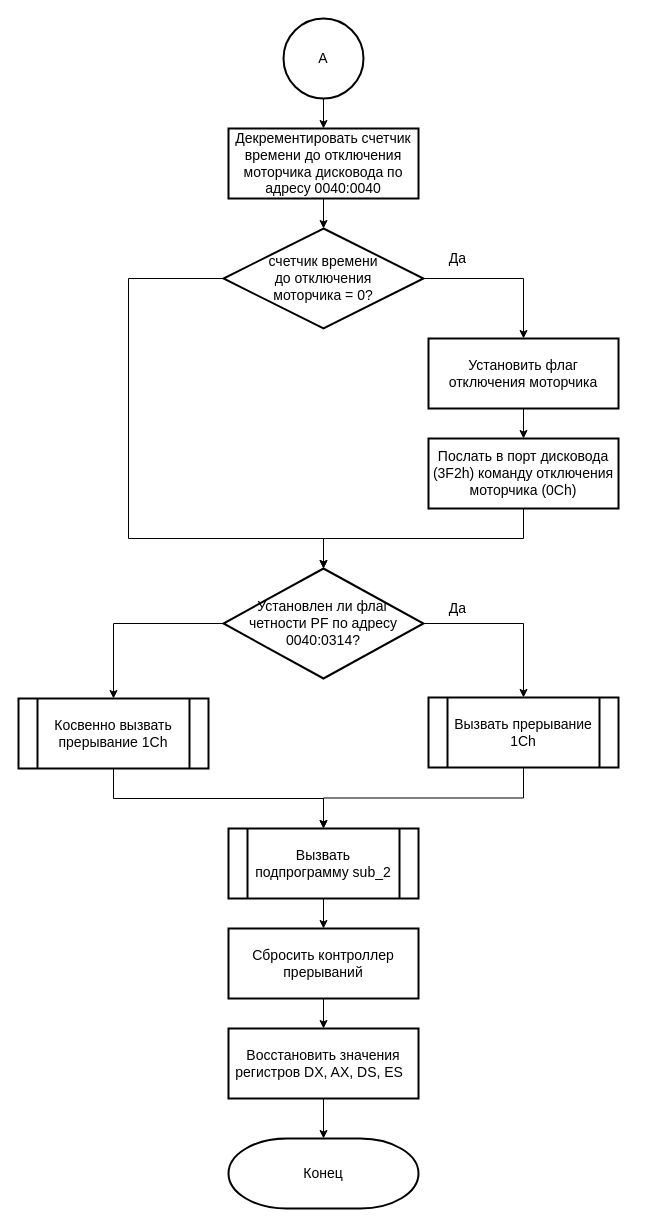
alena-zayts/BMSTU_5sem_operating_systems keeps this draw.io diagram as page "Страница 2" (2 of 3) of lab1_1/выполнение/int8.drawio. Above is the earlier version. Source tidied: cells renumbered, new cells numbered last; positions are measured from the earlier drawing's top-left corner, leaving out a move shared by most shapes. Both pictures are drawn from the tidied source at 100%, with x=0, y=0 at pixel (18, 18).
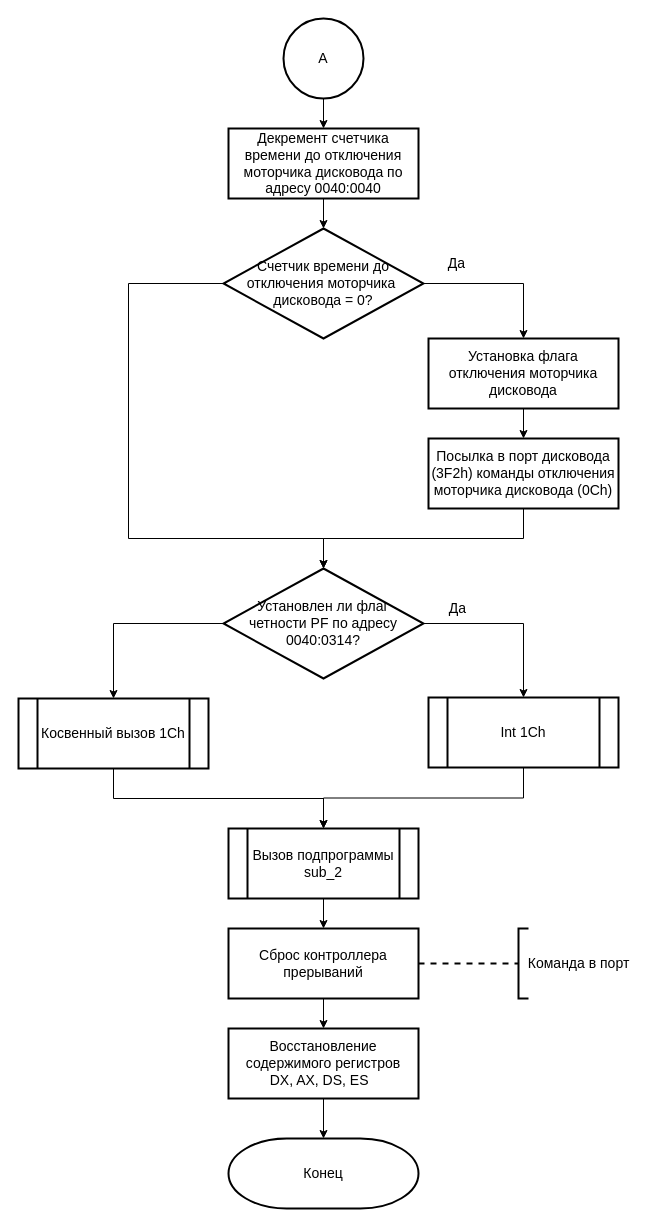
Above is the later version.

The change refers to these unchanged cells:
```xml
<mxCell id="11" value="Установлен ли флаг &lt;br&gt;четности PF по адресу 0040:0314?" style="rhombus;whiteSpace=wrap;html=1;strokeWidth=2;fontSize=14;" parent="1" vertex="1">
  <mxGeometry x="205" y="550" width="200" height="110" as="geometry" />
</mxCell>
```

What changed in the source:
```diff
@@
     <mxCell id="3" style="edgeStyle=orthogonalEdgeStyle;rounded=0;jettySize=auto;html=1;exitX=0;exitY=0.5;exitDx=0;exitDy=0;endArrow=classic;endFill=1;fontSize=14;" parent="1" edge="1" source="4" target="11">
       <mxGeometry relative="1" as="geometry">
         <Array as="points">
-          <mxPoint x="110" y="260" />
+          <mxPoint x="110" y="265" />
           <mxPoint x="110" y="520" />
           <mxPoint x="305" y="520" />
         </Array>
       </mxGeometry>
     </mxCell>
-    <mxCell id="4" value="счетчик времени &lt;br&gt;до отключения &lt;br&gt;моторчика = 0?" style="rhombus;whiteSpace=wrap;html=1;strokeWidth=2;fontSize=14;" parent="1" vertex="1">
-      <mxGeometry x="205" y="210" width="200" height="100" as="geometry" />
+    <mxCell id="4" value="Счетчик времени до отключения моторчика&amp;nbsp;&lt;br&gt;дисковода = 0?" style="rhombus;whiteSpace=wrap;html=1;strokeWidth=2;fontSize=14;" parent="1" vertex="1">
+      <mxGeometry x="205" y="210" width="200" height="110" as="geometry" />
     </mxCell>
@@
-    <mxCell id="6" value="Установить флаг отключения моторчика" style="rounded=0;whiteSpace=wrap;html=1;strokeWidth=2;fontSize=14;" parent="1" vertex="1">
+    <mxCell id="6" value="Установка флага отключения моторчика дисковода" style="rounded=0;whiteSpace=wrap;html=1;strokeWidth=2;fontSize=14;" parent="1" vertex="1">
       <mxGeometry x="410" y="320" width="190" height="70" as="geometry" />
     </mxCell>
@@
-    <mxCell id="8" value="Послать в порт дисковода (3F2h) команду отключения моторчика (0Сh)" style="rounded=0;whiteSpace=wrap;html=1;strokeWidth=2;fontSize=14;" parent="1" vertex="1">
+    <mxCell id="8" value="Посылка в порт дисковода (3F2h) команды отключения моторчика дисковода (0Сh)" style="rounded=0;whiteSpace=wrap;html=1;strokeWidth=2;fontSize=14;" parent="1" vertex="1">
       <mxGeometry x="410" y="420" width="190" height="70" as="geometry" />
     </mxCell>
@@
-    <mxCell id="13" value="Вызвать прерывание 1Ch" style="shape=process;whiteSpace=wrap;html=1;backgroundOutline=1;strokeWidth=2;fontSize=14;" parent="1" vertex="1">
+    <mxCell id="13" value="Int 1Ch" style="shape=process;whiteSpace=wrap;html=1;backgroundOutline=1;strokeWidth=2;fontSize=14;" parent="1" vertex="1">
       <mxGeometry x="410" y="679" width="190" height="70" as="geometry" />
     </mxCell>
@@
-    <mxCell id="15" value="Косвенно вызвать прерывание 1Ch" style="shape=process;whiteSpace=wrap;html=1;backgroundOutline=1;strokeWidth=2;fontSize=14;" parent="1" vertex="1">
+    <mxCell id="15" value="Косвенный вызов 1Ch" style="shape=process;whiteSpace=wrap;html=1;backgroundOutline=1;strokeWidth=2;fontSize=14;" parent="1" vertex="1">
       <mxGeometry y="680" width="190" height="70" as="geometry" />
     </mxCell>
@@
-    <mxCell id="17" value="Вызвать подпрограмму sub_2" style="shape=process;whiteSpace=wrap;html=1;backgroundOutline=1;strokeWidth=2;fontSize=14;" parent="1" vertex="1">
+    <mxCell id="17" value="Вызов подпрограммы sub_2" style="shape=process;whiteSpace=wrap;html=1;backgroundOutline=1;strokeWidth=2;fontSize=14;" parent="1" vertex="1">
       <mxGeometry x="210" y="810" width="190" height="70" as="geometry" />
     </mxCell>
@@
-    <mxCell id="19" value="Сбросить контроллер прерываний" style="rounded=0;whiteSpace=wrap;html=1;strokeWidth=2;fontSize=14;" parent="1" vertex="1">
+    <mxCell id="19" value="Сброс контроллера прерываний" style="rounded=0;whiteSpace=wrap;html=1;strokeWidth=2;fontSize=14;" parent="1" vertex="1">
       <mxGeometry x="210" y="910" width="190" height="70" as="geometry" />
     </mxCell>
@@
-    <mxCell id="21" value="Восстановить значения регистров DX, AX, DS, ES &amp;nbsp;" style="rounded=0;whiteSpace=wrap;html=1;strokeWidth=2;fontSize=14;" parent="1" vertex="1">
+    <mxCell id="21" value="Восстановление содержимого регистров &lt;br&gt;DX, AX, DS, ES &amp;nbsp;" style="rounded=0;whiteSpace=wrap;html=1;strokeWidth=2;fontSize=14;" parent="1" vertex="1">
       <mxGeometry x="210" y="1010" width="190" height="70" as="geometry" />
     </mxCell>
@@
-    <mxCell id="24" value="Декрементировать счетчик времени до отключения моторчика дисковода по адресу 0040:0040" style="rounded=0;whiteSpace=wrap;html=1;strokeWidth=2;fontSize=14;" parent="1" vertex="1">
+    <mxCell id="24" value="Декремент счетчика времени до отключения моторчика дисковода по адресу 0040:0040" style="rounded=0;whiteSpace=wrap;html=1;strokeWidth=2;fontSize=14;" parent="1" vertex="1">
       <mxGeometry x="210" y="110" width="190" height="70" as="geometry" />
     </mxCell>
@@
+    <mxCell id="27" value="&amp;nbsp; Команда в порт" style="strokeWidth=2;html=1;shape=mxgraph.flowchart.annotation_1;align=left;fontSize=14;" parent="1" vertex="1">
+      <mxGeometry x="500" y="910" width="10" height="70" as="geometry" />
+    </mxCell>
+    <mxCell id="28" style="endArrow=none;dashed=1;html=1;entryX=0;entryY=0.5;entryDx=0;entryDy=0;entryPerimeter=0;exitX=1;exitY=0.5;exitDx=0;exitDy=0;strokeWidth=2;jumpSize=7;jumpStyle=arc;" parent="1" edge="1" source="19" target="27">
+      <mxGeometry relative="1" as="geometry" />
+    </mxCell>
```
